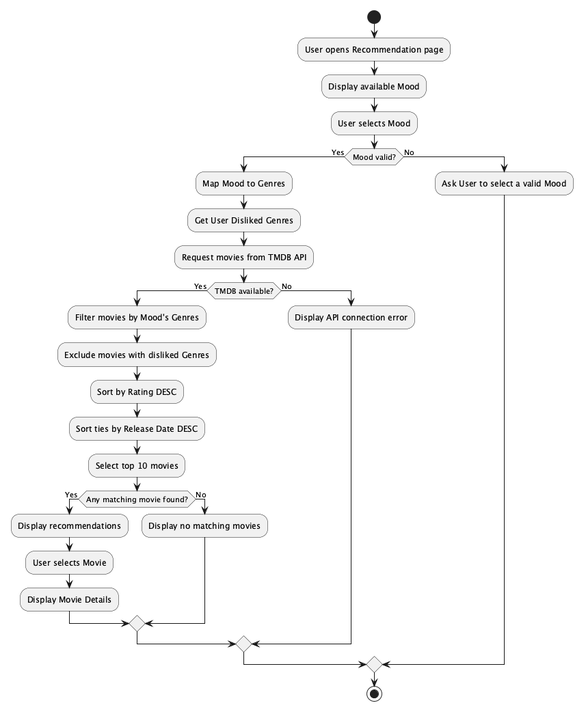
This is docs/diagrams/png/07_activity.png from YathichaC/movie-mood, a PlantUML export, as it was before one commit. Source of this version:
```plantuml
@startuml Activity_GetMovieRecommendations

start

:User opens Recommendation page;
:Display available Mood;
:User selects Mood;

if (Mood valid?) then (Yes)

    :Map Mood to Genres;
    :Get User Disliked Genres;
    :Request movies from TMDB API;

    if (TMDB available?) then (Yes)

        :Filter movies by Mood's Genres;
        :Exclude movies with disliked Genres;
        :Sort by Rating DESC;
        :Sort ties by Release Date DESC;
        :Select top 10 movies;

        if (Any matching movie found?) then (Yes)

            :Display recommendations;
            :User selects Movie;
            :Display Movie Details;

        else (No)

            :Display no matching movies;

        endif

    else (No)

        :Display API connection error;

    endif

else (No)

    :Ask User to select a valid Mood;

endif

stop

@enduml
```
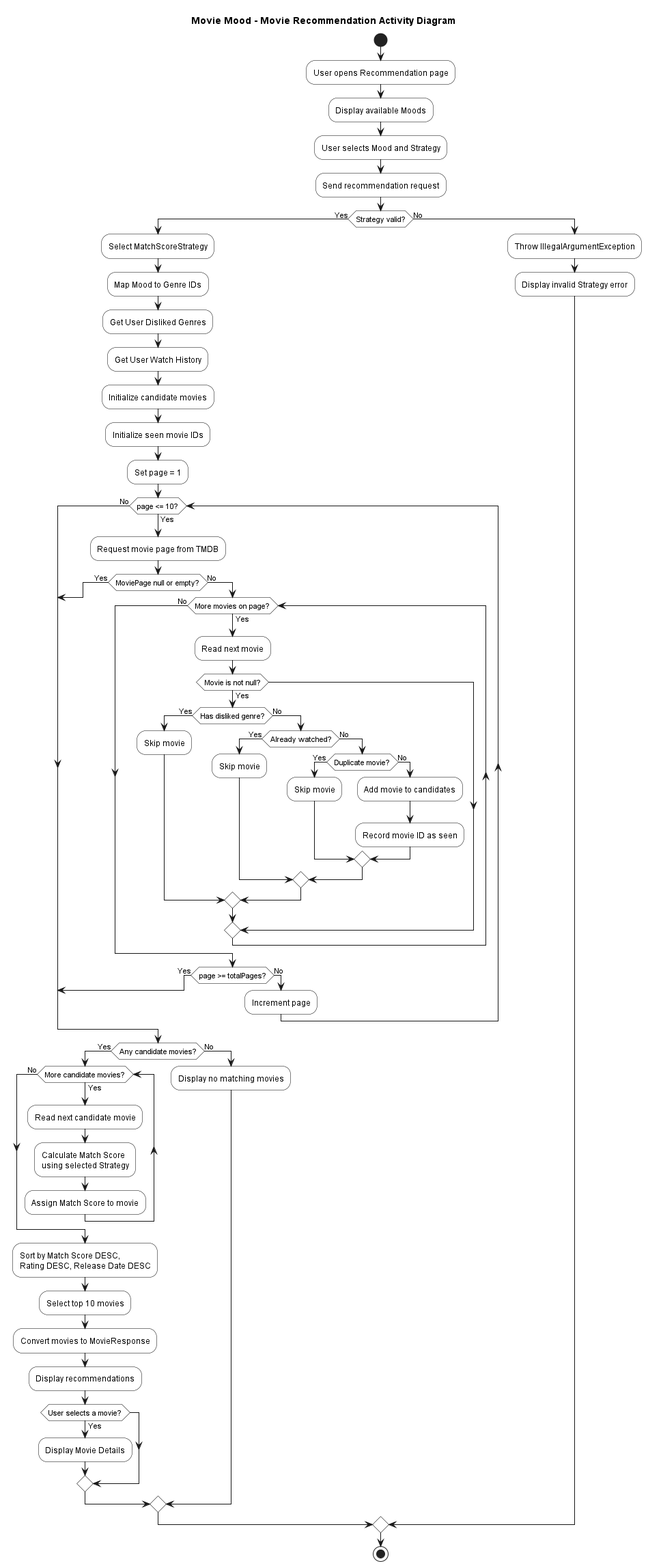
Later version of the same file.

Diff of the diagram source:
```diff
@@ -1,49 +1,101 @@
-@startuml Activity_GetMovieRecommendations
+@startuml
+title Movie Mood - Movie Recommendation Activity Diagram
+
+skinparam shadowing false
+skinparam activity {
+    BackgroundColor White
+    BorderColor Black
+    DiamondBackgroundColor White
+    DiamondBorderColor Black
+}
 
 start
 
 :User opens Recommendation page;
-:Display available Mood;
-:User selects Mood;
+:Display available Moods;
+:User selects Mood and Strategy;
+:Send recommendation request;
 
-if (Mood valid?) then (Yes)
+if (Strategy valid?) then (Yes)
 
-    :Map Mood to Genres;
+    :Select MatchScoreStrategy;
+    :Map Mood to Genre IDs;
     :Get User Disliked Genres;
-    :Request movies from TMDB API;
+    :Get User Watch History;
 
-    if (TMDB available?) then (Yes)
+    :Initialize candidate movies;
+    :Initialize seen movie IDs;
+    :Set page = 1;
 
-        :Filter movies by Mood's Genres;
-        :Exclude movies with disliked Genres;
-        :Sort by Rating DESC;
-        :Sort ties by Release Date DESC;
-        :Select top 10 movies;
+    while (page <= 10?) is (Yes)
 
-        if (Any matching movie found?) then (Yes)
+        :Request movie page from TMDB;
 
-            :Display recommendations;
-            :User selects Movie;
-            :Display Movie Details;
-
+        if (MoviePage null or empty?) then (Yes)
+            break
         else (No)
 
-            :Display no matching movies;
+            while (More movies on page?) is (Yes)
+                :Read next movie;
+
+                if (Movie is not null?) then (Yes)
+
+                    if (Has disliked genre?) then (Yes)
+                        :Skip movie;
+                    else (No)
+
+                        if (Already watched?) then (Yes)
+                            :Skip movie;
+                        else (No)
+
+                            if (Duplicate movie?) then (Yes)
+                                :Skip movie;
+                            else (No)
+                                :Add movie to candidates;
+                                :Record movie ID as seen;
+                            endif
+
+                        endif
+                    endif
+                endif
+
+            endwhile (No)
+
+            if (page >= totalPages?) then (Yes)
+                break
+            else (No)
+                :Increment page;
+            endif
 
         endif
 
+    endwhile (No)
+
+    if (Any candidate movies?) then (Yes)
+
+        while (More candidate movies?) is (Yes)
+            :Read next candidate movie;
+            :Calculate Match Score\nusing selected Strategy;
+            :Assign Match Score to movie;
+        endwhile (No)
+
+        :Sort by Match Score DESC,\nRating DESC, Release Date DESC;
+        :Select top 10 movies;
+        :Convert movies to MovieResponse;
+        :Display recommendations;
+
+        if (User selects a movie?) then (Yes)
+            :Display Movie Details;
+        endif
+
     else (No)
-
-        :Display API connection error;
-
+        :Display no matching movies;
     endif
 
 else (No)
-
-    :Ask User to select a valid Mood;
-
+    :Throw IllegalArgumentException;
+    :Display invalid Strategy error;
 endif
 
 stop
-
 @enduml
```
